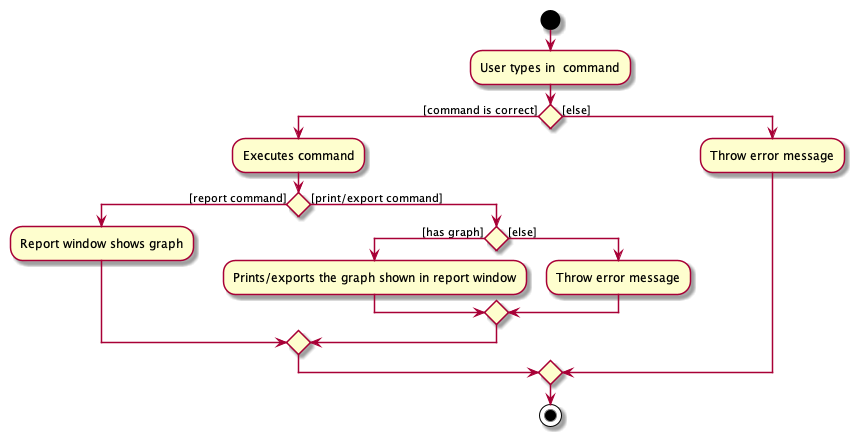
AY1920S2-CS2103T-T10-3/main keeps this PlantUML diagram as images/Report_ReportWindow_.png. Above is the earlier version.
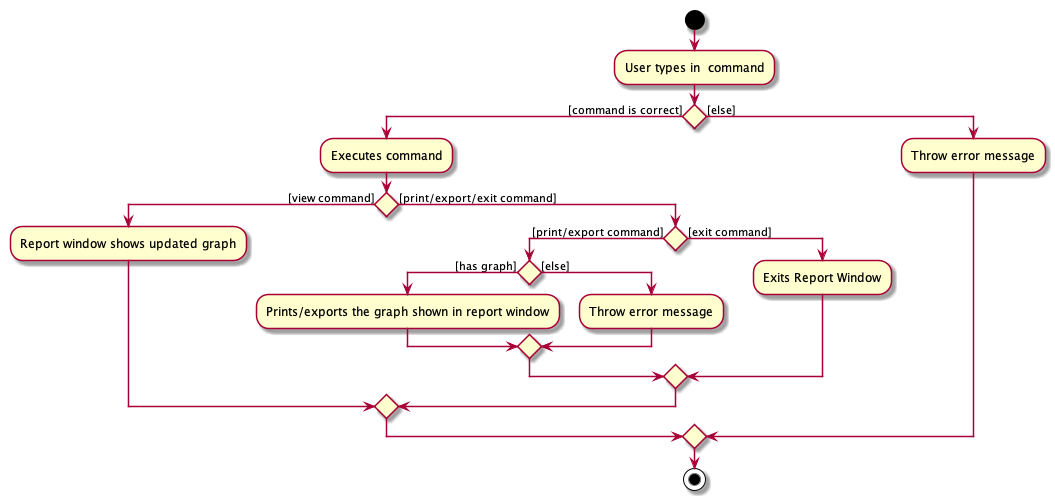
The same file after the commit.

Change to the diagram source:
```diff
@@ -3,13 +3,17 @@
 :User types in  command;
 if () then ([command is correct])
     :Executes command;
-     if() then ([report command])
-     :Report window shows graph;
-     else ([print/export command])
-            if () then ([has graph])
+     if() then ([view command])
+     :Report window shows updated graph;
+     else ([print/export/exit command])
+            if () then ([print/export command])
+             if () then ([has graph])
                 :Prints/exports the graph shown in report window;
              else ([else])
                 :Throw error message;
+              endif
+            else ([exit command])
+                 :Exits Report Window;
                 endif
       endif
 else ([else])
```
